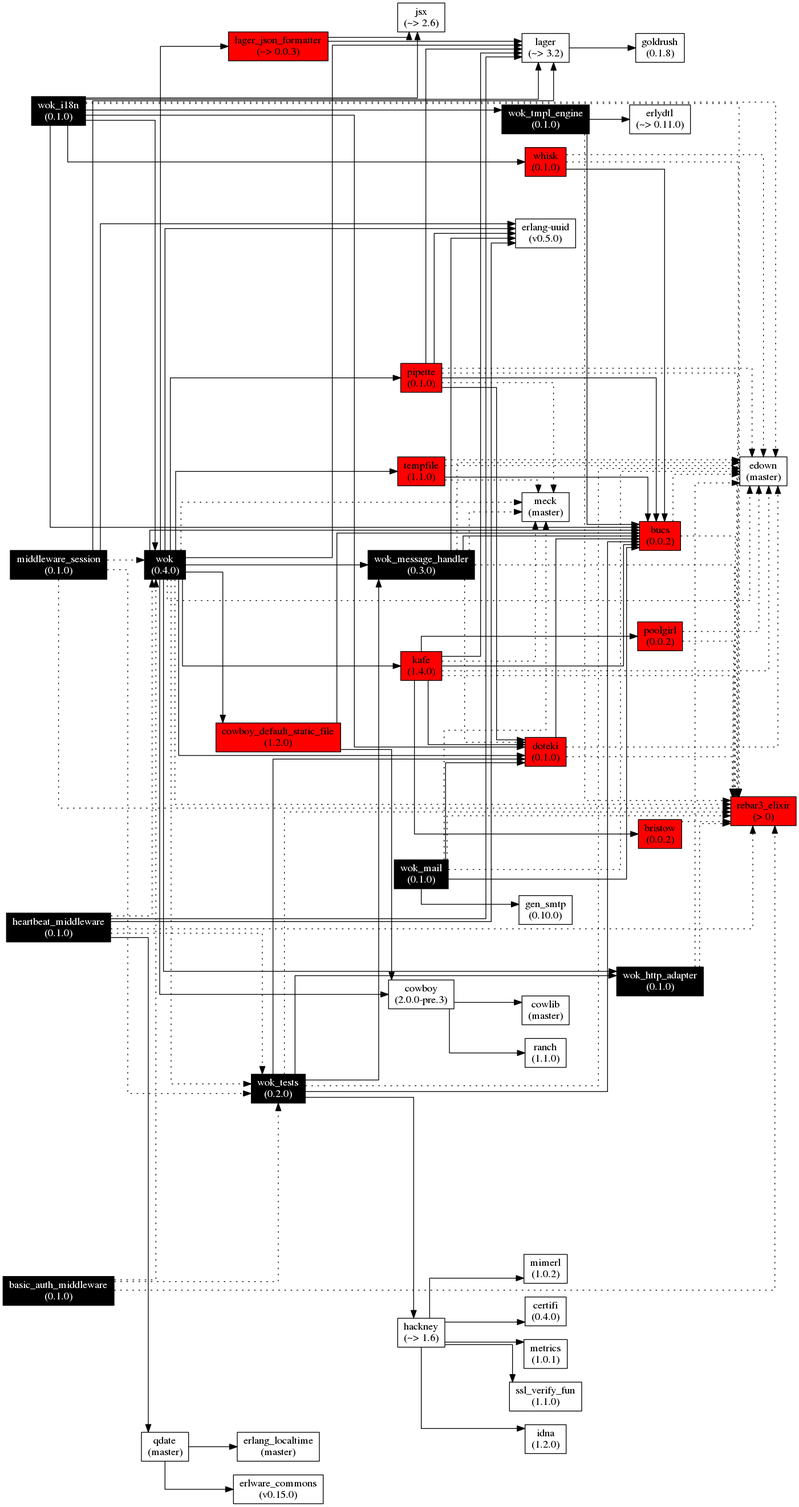
The Graphviz diagram doc/images/wok.deps.png in botsunit/wok, before a commit. Its source is kept beside it as images/wok.deps.gv.
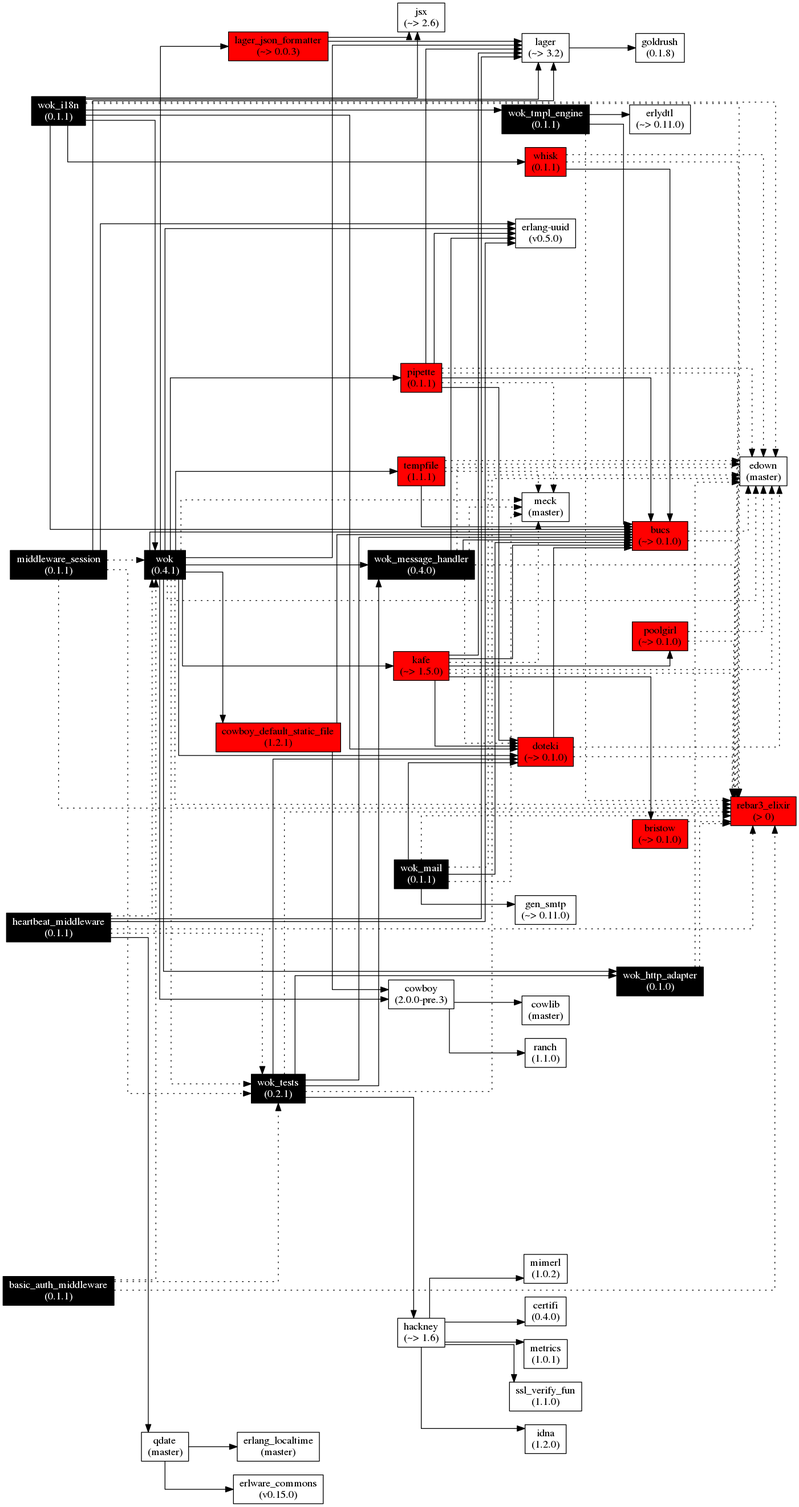
Later version of the same file.

The edit, as a diff of the source:
```diff
@@ -6,27 +6,27 @@
     rankdir=LR;
   ]
 
-  wok[label="wok\n(0.4.0)", fontcolor="white", style="filled", fillcolor="black"];
+  wok[label="wok\n(0.4.1)", fontcolor="white", style="filled", fillcolor="black"];
   lager[label="lager\n(~> 3.2)"];
   lager_json_formatter[label="lager_json_formatter\n(~> 0.0.3)", style="filled", fillcolor="red"];
   wok_http_adapter[label="wok_http_adapter\n(0.1.0)", fontcolor="white", style="filled", fillcolor="black"];
-  wok_message_handler[label="wok_message_handler\n(0.3.0)", fontcolor="white", style="filled", fillcolor="black"];
-  pipette[label="pipette\n(0.1.0)", style="filled", fillcolor="red"];
-  kafe[label="kafe\n(1.4.0)", style="filled", fillcolor="red"];
+  wok_message_handler[label="wok_message_handler\n(0.4.0)", fontcolor="white", style="filled", fillcolor="black"];
+  pipette[label="pipette\n(0.1.1)", style="filled", fillcolor="red"];
+  kafe[label="kafe\n(~> 1.5.0)", style="filled", fillcolor="red"];
   cowboy[label="cowboy\n(2.0.0-pre.3)"];
-  cowboy_default_static_file[label="cowboy_default_static_file\n(1.2.0)", style="filled", fillcolor="red"];
-  bucs[label="bucs\n(0.0.2)", style="filled", fillcolor="red"];
-  doteki[label="doteki\n(0.1.0)", style="filled", fillcolor="red"];
+  cowboy_default_static_file[label="cowboy_default_static_file\n(1.2.1)", style="filled", fillcolor="red"];
+  bucs[label="bucs\n(~> 0.1.0)", style="filled", fillcolor="red"];
+  doteki[label="doteki\n(~> 0.1.0)", style="filled", fillcolor="red"];
   uuid[label="erlang-uuid\n(v0.5.0)"];
-  tempfile[label="tempfile\n(1.1.0)", style="filled", fillcolor="red"];
+  tempfile[label="tempfile\n(1.1.1)", style="filled", fillcolor="red"];
   rebar3_elixir[label="rebar3_elixir\n(> 0)", style="filled", fillcolor="red"];
-  wok_tests[label="wok_tests\n(0.2.0)", fontcolor="white", style="filled", fillcolor="black"];
+  wok_tests[label="wok_tests\n(0.2.1)", fontcolor="white", style="filled", fillcolor="black"];
   meck[label="meck\n(master)"];
   edown[label="edown\n(master)"];
   goldrush[label="goldrush\n(0.1.8)"];
   jsx[label="jsx\n(~> 2.6)"];
-  poolgirl[label="poolgirl\n(0.0.2)", style="filled", fillcolor="red"];
-  bristow[label="bristow\n(0.0.2)", style="filled", fillcolor="red"];
+  poolgirl[label="poolgirl\n(~> 0.1.0)", style="filled", fillcolor="red"];
+  bristow[label="bristow\n(~> 0.1.0)", style="filled", fillcolor="red"];
   cowlib[label="cowlib\n(master)"];
   ranch[label="ranch\n(1.1.0)"];
   hackney[label="hackney\n(~> 1.6)"];
@@ -35,15 +35,15 @@
   certifi[label="certifi\n(0.4.0)"];
   metrics[label="metrics\n(1.0.1)"];
   ssl_verify_fun[label="ssl_verify_fun\n(1.1.0)"];
-  wok_mail[label="wok_mail\n(0.1.0)", fontcolor="white", style="filled", fillcolor="black"];
-  gen_smtp[label="gen_smtp\n(0.10.0)"];
-  wok_i18n[label="wok_i18n\n(0.1.0)", fontcolor="white", style="filled", fillcolor="black"];
-  wok_tmpl_engine[label="wok_tmpl_engine\n(0.1.0)", fontcolor="white", style="filled", fillcolor="black"];
-  whisk[label="whisk\n(0.1.0)", style="filled", fillcolor="red"];
+  wok_mail[label="wok_mail\n(0.1.1)", fontcolor="white", style="filled", fillcolor="black"];
+  gen_smtp[label="gen_smtp\n(~> 0.11.0)"];
+  wok_i18n[label="wok_i18n\n(0.1.1)", fontcolor="white", style="filled", fillcolor="black"];
+  wok_tmpl_engine[label="wok_tmpl_engine\n(0.1.1)", fontcolor="white", style="filled", fillcolor="black"];
+  whisk[label="whisk\n(0.1.1)", style="filled", fillcolor="red"];
   erlydtl[label="erlydtl\n(~> 0.11.0)"];
-  basic_auth_middleware[label="basic_auth_middleware\n(0.1.0)", fontcolor="white", style="filled", fillcolor="black"];
-  middleware_session[label="middleware_session\n(0.1.0)", fontcolor="white", style="filled", fillcolor="black"];
-  heartbeat_middleware[label="heartbeat_middleware\n(0.1.0)", fontcolor="white", style="filled", fillcolor="black"];
+  basic_auth_middleware[label="basic_auth_middleware\n(0.1.1)", fontcolor="white", style="filled", fillcolor="black"];
+  middleware_session[label="middleware_session\n(0.1.1)", fontcolor="white", style="filled", fillcolor="black"];
+  heartbeat_middleware[label="heartbeat_middleware\n(0.1.1)", fontcolor="white", style="filled", fillcolor="black"];
   qdate[label="qdate\n(master)"];
   erlware_commons[label="erlware_commons\n(v0.15.0)"];
   erlang_localtime[label="erlang_localtime\n(master)"];
```
